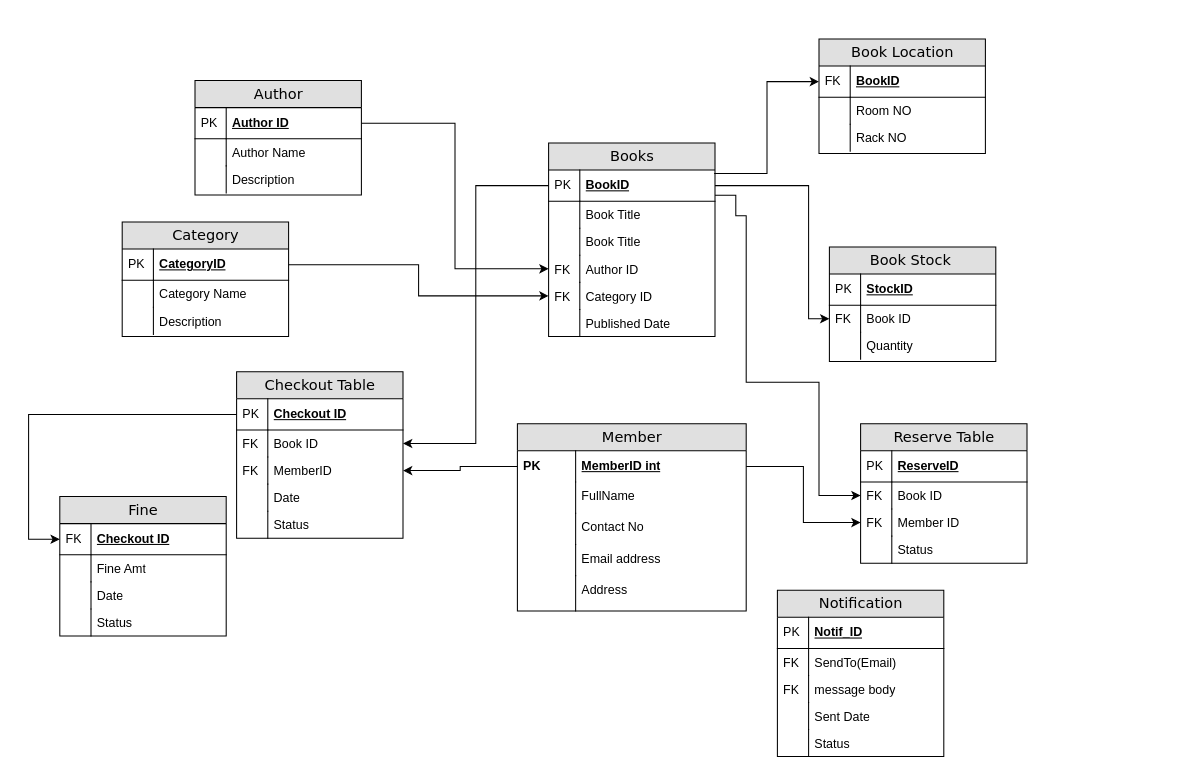
The draw.io diagram ERD Library Mgmt System .drawio in Ritikup/Database-Diagrams, before the edit. Source tidied: cells renumbered, new cells numbered last; positions are measured from the earlier drawing's top-left corner, leaving out a move shared by most shapes. Both pictures are drawn from the tidied source at 104%, with x=0, y=0 at pixel (28, 38).
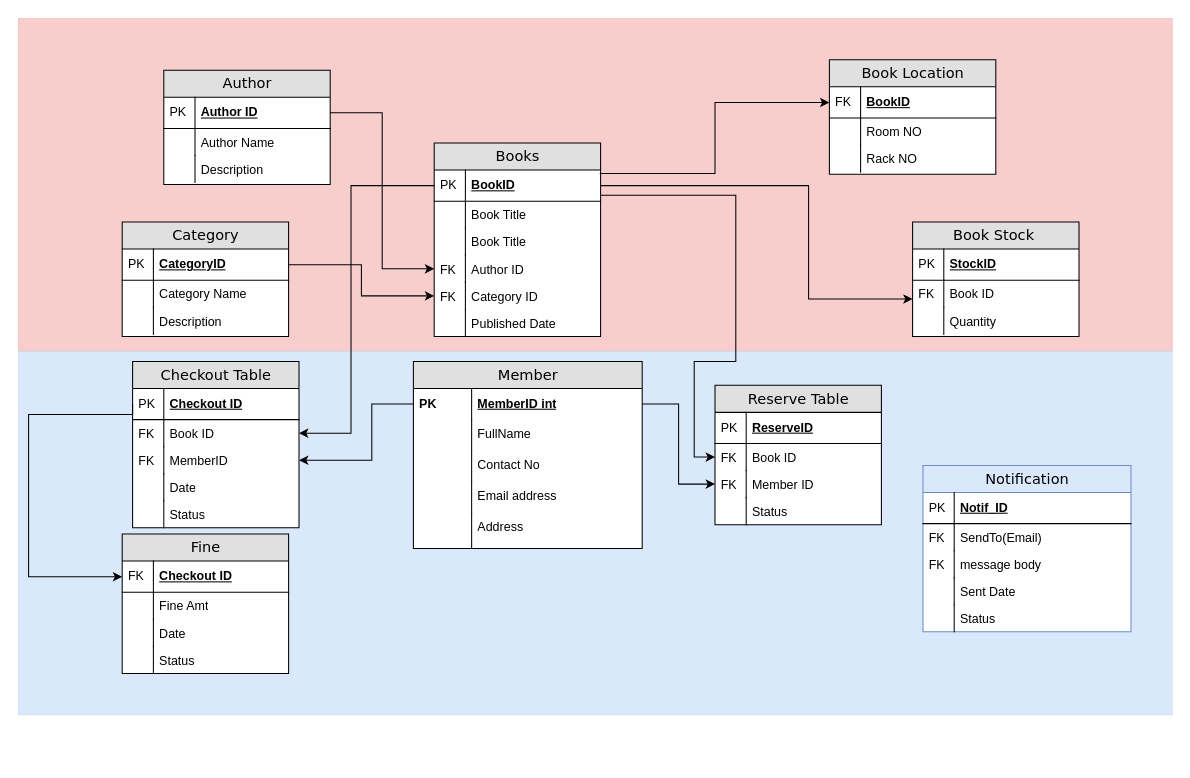
The same page after the edit.

Unchanged cells that the change refers to:
```xml
<mxCell id="3" value="MemberID int" style="shape=partialRectangle;top=0;left=0;right=0;bottom=0;html=1;align=left;verticalAlign=middle;fillColor=none;spacingLeft=60;spacingRight=4;whiteSpace=wrap;overflow=hidden;points=[[0,0.5],[1,0.5]];portConstraint=eastwest;fontStyle=5;" parent="2" vertex="1">
  <mxGeometry y="26" width="220" height="30" as="geometry" />
</mxCell>
<mxCell id="14" value="BookID" style="shape=partialRectangle;top=0;left=0;right=0;bottom=1;html=1;align=left;verticalAlign=middle;fillColor=none;spacingLeft=34;spacingRight=4;whiteSpace=wrap;overflow=hidden;points=[[0,0.5],[1,0.5]];portConstraint=eastwest;fontStyle=5;" parent="13" vertex="1">
  <mxGeometry y="26" width="160" height="30" as="geometry" />
</mxCell>
<mxCell id="53" value="Book ID" style="shape=partialRectangle;top=0;left=0;right=0;bottom=0;html=1;align=left;verticalAlign=top;fillColor=none;spacingLeft=34;spacingRight=4;whiteSpace=wrap;overflow=hidden;points=[[0,0.5],[1,0.5]];portConstraint=eastwest;" parent="50" vertex="1">
  <mxGeometry y="56" width="160" height="26" as="geometry" />
</mxCell>
<mxCell id="60" value="Book ID" style="shape=partialRectangle;top=0;left=0;right=0;bottom=0;html=1;align=left;verticalAlign=top;fillColor=none;spacingLeft=34;spacingRight=4;whiteSpace=wrap;overflow=hidden;points=[[0,0.5],[1,0.5]];portConstraint=eastwest;" parent="57" vertex="1">
  <mxGeometry y="56" width="160" height="26" as="geometry" />
</mxCell>
<mxCell id="70" value="Checkout ID" style="shape=partialRectangle;top=0;left=0;right=0;bottom=1;html=1;align=left;verticalAlign=middle;fillColor=none;spacingLeft=34;spacingRight=4;whiteSpace=wrap;overflow=hidden;points=[[0,0.5],[1,0.5]];portConstraint=eastwest;fontStyle=5;" parent="69" vertex="1">
  <mxGeometry y="26" width="160" height="30" as="geometry" />
</mxCell>
<mxCell id="72" value="Book ID" style="shape=partialRectangle;top=0;left=0;right=0;bottom=0;html=1;align=left;verticalAlign=top;fillColor=none;spacingLeft=34;spacingRight=4;whiteSpace=wrap;overflow=hidden;points=[[0,0.5],[1,0.5]];portConstraint=eastwest;" parent="69" vertex="1">
  <mxGeometry y="56" width="160" height="26" as="geometry" />
</mxCell>
<mxCell id="74" value="MemberID" style="shape=partialRectangle;top=0;left=0;right=0;bottom=0;html=1;align=left;verticalAlign=top;fillColor=none;spacingLeft=34;spacingRight=4;whiteSpace=wrap;overflow=hidden;points=[[0,0.5],[1,0.5]];portConstraint=eastwest;" parent="69" vertex="1">
  <mxGeometry y="82" width="160" height="26" as="geometry" />
</mxCell>
<mxCell id="81" value="Checkout ID" style="shape=partialRectangle;top=0;left=0;right=0;bottom=1;html=1;align=left;verticalAlign=middle;fillColor=none;spacingLeft=34;spacingRight=4;whiteSpace=wrap;overflow=hidden;points=[[0,0.5],[1,0.5]];portConstraint=eastwest;fontStyle=5;" parent="80" vertex="1">
  <mxGeometry y="26" width="160" height="30" as="geometry" />
</mxCell>
```

Diff of the diagram source:
```diff
@@
+    <mxCell id="103" style="rounded=0;whiteSpace=wrap;html=1;fillColor=#dae8fc;strokeColor=#6c8ebf;strokeWidth=0;" parent="1" vertex="1">
+      <mxGeometry x="-10" y="300" width="1110" height="350" as="geometry" />
+    </mxCell>
+    <mxCell id="104" style="rounded=0;whiteSpace=wrap;html=1;fillColor=#f8cecc;strokeColor=#b85450;strokeWidth=0;" parent="1" vertex="1">
+      <mxGeometry x="-10" y="-20" width="1110" height="320" as="geometry" />
+    </mxCell>
     <mxCell id="2" value="Member" style="swimlane;html=1;fontStyle=0;horizontal=1;startSize=26;fillColor=#e0e0e0;swimlaneFillColor=#ffffff;align=center;rounded=0;shadow=0;comic=0;labelBackgroundColor=none;strokeWidth=1;fontFamily=Verdana;fontSize=14;" parent="1" vertex="1">
-      <mxGeometry x="470" y="370" width="220" height="180" as="geometry" />
+      <mxGeometry x="370" y="310" width="220" height="180" as="geometry" />
     </mxCell>
@@
     <mxCell id="13" value="Books" style="swimlane;html=1;fontStyle=0;horizontal=1;startSize=26;fillColor=#e0e0e0;swimlaneFillColor=#ffffff;align=center;rounded=0;shadow=0;comic=0;labelBackgroundColor=none;strokeWidth=1;fontFamily=Verdana;fontSize=14;swimlaneLine=1;" parent="1" vertex="1">
-      <mxGeometry x="500" y="100" width="160" height="186" as="geometry" />
+      <mxGeometry x="390" y="100" width="160" height="186" as="geometry" />
     </mxCell>
@@
     <mxCell id="26" value="Book Location" style="swimlane;html=1;fontStyle=0;horizontal=1;startSize=26;fillColor=#e0e0e0;swimlaneFillColor=#ffffff;align=center;rounded=0;shadow=0;comic=0;labelBackgroundColor=none;strokeWidth=1;fontFamily=Verdana;fontSize=14;swimlaneLine=1;" parent="1" vertex="1">
-      <mxGeometry x="760" width="160" height="110" as="geometry" />
+      <mxGeometry x="770" y="20" width="160" height="110" as="geometry" />
     </mxCell>
@@
     <mxCell id="42" value="Author" style="swimlane;html=1;fontStyle=0;horizontal=1;startSize=26;fillColor=#e0e0e0;swimlaneFillColor=#ffffff;align=center;rounded=0;shadow=0;comic=0;labelBackgroundColor=none;strokeWidth=1;fontFamily=Verdana;fontSize=14;swimlaneLine=1;" parent="1" vertex="1">
-      <mxGeometry x="160" y="40" width="160" height="110" as="geometry" />
+      <mxGeometry x="130" y="30" width="160" height="110" as="geometry" />
     </mxCell>
@@
     <mxCell id="50" value="Book Stock&amp;nbsp;" style="swimlane;html=1;fontStyle=0;horizontal=1;startSize=26;fillColor=#e0e0e0;swimlaneFillColor=#ffffff;align=center;rounded=0;shadow=0;comic=0;labelBackgroundColor=none;strokeWidth=1;fontFamily=Verdana;fontSize=14;swimlaneLine=1;" parent="1" vertex="1">
-      <mxGeometry x="770" y="200" width="160" height="110" as="geometry" />
+      <mxGeometry x="850" y="176" width="160" height="110" as="geometry" />
     </mxCell>
@@
     <mxCell id="57" value="Reserve Table" style="swimlane;html=1;fontStyle=0;horizontal=1;startSize=26;fillColor=#e0e0e0;swimlaneFillColor=#ffffff;align=center;rounded=0;shadow=0;comic=0;labelBackgroundColor=none;strokeWidth=1;fontFamily=Verdana;fontSize=14;swimlaneLine=1;" parent="1" vertex="1">
-      <mxGeometry x="800" y="370" width="160" height="134" as="geometry" />
+      <mxGeometry x="660" y="333" width="160" height="134" as="geometry" />
     </mxCell>
@@
     <mxCell id="67" style="edgeStyle=orthogonalEdgeStyle;rounded=0;jettySize=auto;html=1;exitX=1;exitY=0.5;exitDx=0;exitDy=0;" parent="1" edge="1" source="14" target="53">
       <mxGeometry relative="1" as="geometry">
         <Array as="points">
           <mxPoint x="750" y="141" />
-          <mxPoint x="750" y="269" />
+          <mxPoint x="750" y="250" />
         </Array>
       </mxGeometry>
     </mxCell>
     <mxCell id="68" style="edgeStyle=orthogonalEdgeStyle;rounded=0;jettySize=auto;html=1;exitX=1;exitY=0.807;exitDx=0;exitDy=0;exitPerimeter=0;entryX=0;entryY=0.5;entryDx=0;entryDy=0;" parent="1" edge="1" source="14" target="60">
       <mxGeometry relative="1" as="geometry">
         <Array as="points">
           <mxPoint x="680" y="150" />
-          <mxPoint x="680" y="170" />
-          <mxPoint x="690" y="170" />
-          <mxPoint x="690" y="330" />
-          <mxPoint x="760" y="330" />
-          <mxPoint x="760" y="439" />
+          <mxPoint x="680" y="310" />
+          <mxPoint x="640" y="310" />
+          <mxPoint x="640" y="402" />
         </Array>
       </mxGeometry>
     </mxCell>
     <mxCell id="69" value="Checkout Table" style="swimlane;html=1;fontStyle=0;horizontal=1;startSize=26;fillColor=#e0e0e0;swimlaneFillColor=#ffffff;align=center;rounded=0;shadow=0;comic=0;labelBackgroundColor=none;strokeWidth=1;fontFamily=Verdana;fontSize=14;swimlaneLine=1;" parent="1" vertex="1">
-      <mxGeometry x="200" y="320" width="160" height="160" as="geometry" />
+      <mxGeometry x="100" y="310" width="160" height="160" as="geometry" />
     </mxCell>
@@
     <mxCell id="80" value="Fine" style="swimlane;html=1;fontStyle=0;horizontal=1;startSize=26;fillColor=#e0e0e0;swimlaneFillColor=#ffffff;align=center;rounded=0;shadow=0;comic=0;labelBackgroundColor=none;strokeWidth=1;fontFamily=Verdana;fontSize=14;swimlaneLine=1;" parent="1" vertex="1">
-      <mxGeometry x="30" y="440" width="160" height="134" as="geometry" />
+      <mxGeometry x="90" y="476" width="160" height="134" as="geometry" />
     </mxCell>
@@
     <mxCell id="89" style="edgeStyle=orthogonalEdgeStyle;rounded=0;jettySize=auto;html=1;exitX=0;exitY=0.5;exitDx=0;exitDy=0;entryX=0;entryY=0.5;entryDx=0;entryDy=0;" parent="1" edge="1" source="70" target="81">
       <mxGeometry relative="1" as="geometry">
         <Array as="points">
+          <mxPoint x="100" y="361" />
           <mxPoint y="361" />
-          <mxPoint y="481" />
+          <mxPoint y="517" />
         </Array>
       </mxGeometry>
     </mxCell>
     <mxCell id="90" style="edgeStyle=orthogonalEdgeStyle;rounded=0;jettySize=auto;html=1;exitX=0;exitY=0.5;exitDx=0;exitDy=0;entryX=1;entryY=0.5;entryDx=0;entryDy=0;" parent="1" edge="1" source="14" target="72">
-      <mxGeometry relative="1" as="geometry" />
+      <mxGeometry relative="1" as="geometry">
+        <Array as="points">
+          <mxPoint x="310" y="141" />
+          <mxPoint x="310" y="379" />
+        </Array>
+      </mxGeometry>
     </mxCell>
     <mxCell id="91" style="edgeStyle=orthogonalEdgeStyle;rounded=0;jettySize=auto;html=1;exitX=0;exitY=0.5;exitDx=0;exitDy=0;entryX=1;entryY=0.5;entryDx=0;entryDy=0;" parent="1" edge="1" source="3" target="74">
-      <mxGeometry relative="1" as="geometry" />
+      <mxGeometry relative="1" as="geometry">
+        <Array as="points">
+          <mxPoint x="330" y="351" />
+          <mxPoint x="330" y="405" />
+        </Array>
+      </mxGeometry>
     </mxCell>
-    <mxCell id="92" value="Notification" style="swimlane;html=1;fontStyle=0;horizontal=1;startSize=26;fillColor=#e0e0e0;swimlaneFillColor=#ffffff;align=center;rounded=0;shadow=0;comic=0;labelBackgroundColor=none;strokeWidth=1;fontFamily=Verdana;fontSize=14;swimlaneLine=1;" parent="1" vertex="1">
-      <mxGeometry x="720" y="530" width="160" height="160" as="geometry" />
+    <mxCell id="92" value="Notification" style="swimlane;html=1;fontStyle=0;horizontal=1;startSize=26;fillColor=#dae8fc;swimlaneFillColor=#ffffff;align=center;rounded=0;shadow=0;comic=0;labelBackgroundColor=none;strokeWidth=1;fontFamily=Verdana;fontSize=14;swimlaneLine=1;strokeColor=#6c8ebf;" parent="1" vertex="1">
+      <mxGeometry x="860" y="410" width="200" height="160" as="geometry" />
     </mxCell>
     <mxCell id="93" value="Notif_ID" style="shape=partialRectangle;top=0;left=0;right=0;bottom=1;html=1;align=left;verticalAlign=middle;fillColor=none;spacingLeft=34;spacingRight=4;whiteSpace=wrap;overflow=hidden;fontStyle=5;" parent="92" vertex="1">
-      <mxGeometry y="26" width="160" height="30" as="geometry" />
+      <mxGeometry y="26" width="200" height="30" as="geometry" />
     </mxCell>
@@
     <mxCell id="95" value="SendTo(Email)" style="shape=partialRectangle;top=0;left=0;right=0;bottom=0;html=1;align=left;verticalAlign=top;fillColor=none;spacingLeft=34;spacingRight=4;whiteSpace=wrap;overflow=hidden;" parent="92" vertex="1">
-      <mxGeometry y="56" width="160" height="26" as="geometry" />
+      <mxGeometry y="56" width="200" height="26" as="geometry" />
     </mxCell>
@@
     <mxCell id="97" value="message body" style="shape=partialRectangle;top=0;left=0;right=0;bottom=0;html=1;align=left;verticalAlign=top;fillColor=none;spacingLeft=34;spacingRight=4;whiteSpace=wrap;overflow=hidden;" parent="92" vertex="1">
-      <mxGeometry y="82" width="160" height="26" as="geometry" />
+      <mxGeometry y="82" width="200" height="26" as="geometry" />
     </mxCell>
@@
     <mxCell id="99" value="Sent Date" style="shape=partialRectangle;top=0;left=0;right=0;bottom=0;html=1;align=left;verticalAlign=top;fillColor=none;spacingLeft=34;spacingRight=4;whiteSpace=wrap;overflow=hidden;" parent="92" vertex="1">
-      <mxGeometry y="108" width="160" height="26" as="geometry" />
+      <mxGeometry y="108" width="200" height="26" as="geometry" />
     </mxCell>
@@
     <mxCell id="101" value="Status" style="shape=partialRectangle;top=0;left=0;right=0;bottom=0;html=1;align=left;verticalAlign=top;fillColor=none;spacingLeft=34;spacingRight=4;whiteSpace=wrap;overflow=hidden;" parent="92" vertex="1">
-      <mxGeometry y="134" width="160" height="26" as="geometry" />
+      <mxGeometry y="134" width="200" height="26" as="geometry" />
     </mxCell>
```
